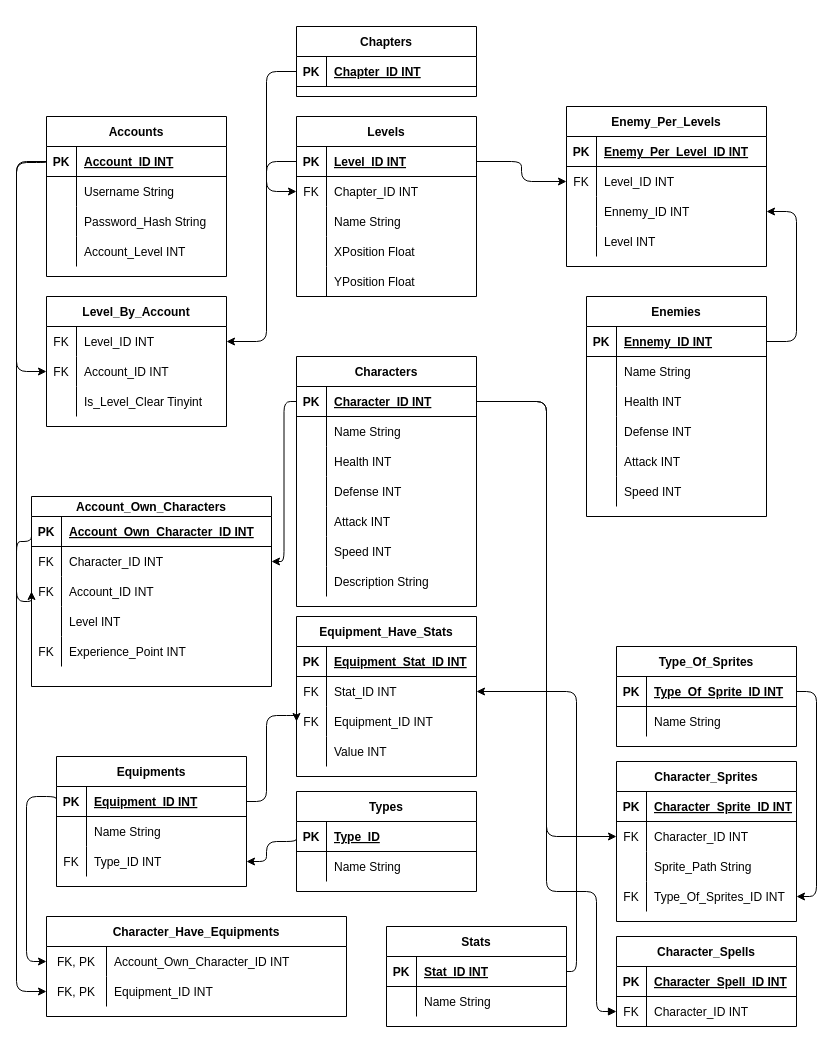
The draw.io diagram Documentation/MLD.drawio in Nomeos/Code-TimeRewind, before the edit. Source tidied: cells renumbered, new cells numbered last; positions are measured from the earlier drawing's top-left corner, leaving out a move shared by most shapes. Both pictures are drawn from the tidied source at 100%, with x=0, y=0 at pixel (16, 26).
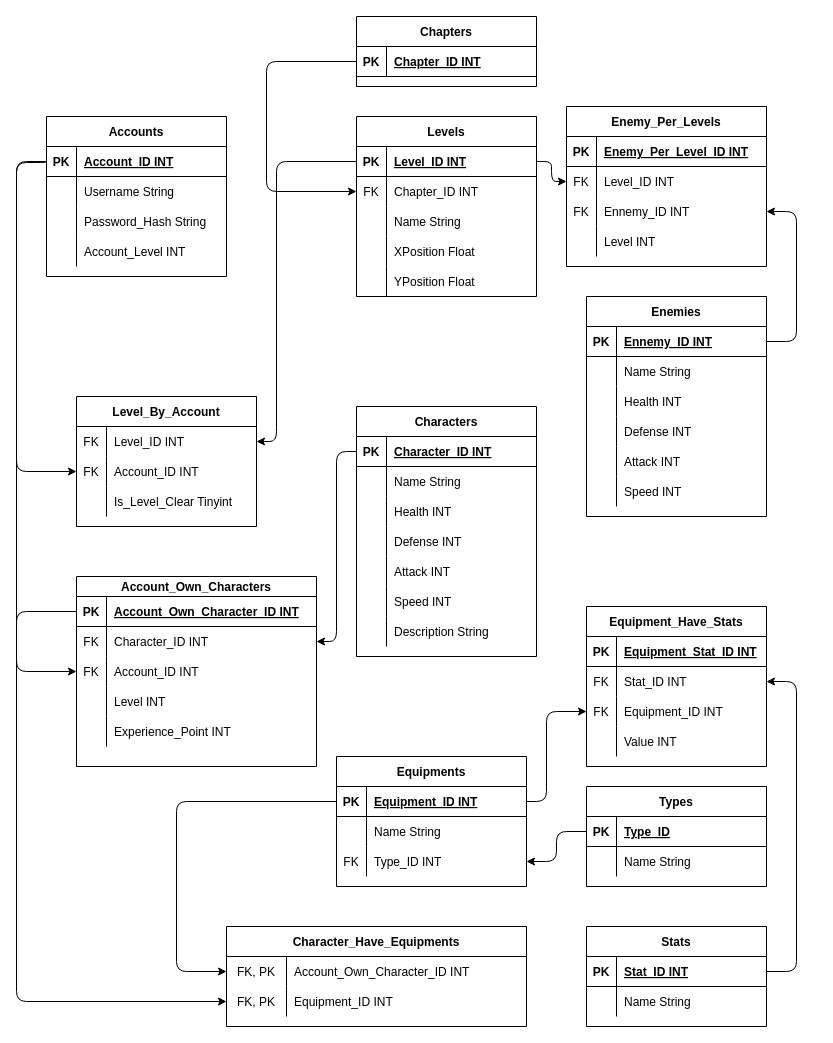
The same page after the edit.

The change refers to these unchanged cells:
```xml
<mxCell id="3" style="shape=partialRectangle;fillColor=none;top=0;left=0;bottom=1;right=0;points=[[0,0.5],[1,0.5]];portConstraint=eastwest;" parent="2" vertex="1">
  <mxGeometry y="30" width="180" height="30" as="geometry" />
</mxCell>
<mxCell id="16" style="shape=partialRectangle;fillColor=none;top=0;left=0;bottom=1;right=0;points=[[0,0.5],[1,0.5]];portConstraint=eastwest;" parent="15" vertex="1">
  <mxGeometry y="30" width="180" height="30" as="geometry" />
</mxCell>
<mxCell id="57" style="shape=partialRectangle;fillColor=none;top=0;left=0;bottom=1;right=0;points=[[0,0.5],[1,0.5]];portConstraint=eastwest;" parent="56" vertex="1">
  <mxGeometry y="30" width="190" height="30" as="geometry" />
</mxCell>
<mxCell id="63" style="shape=partialRectangle;fillColor=none;top=0;left=0;bottom=0;right=0;points=[[0,0.5],[1,0.5]];portConstraint=eastwest;" parent="56" vertex="1">
  <mxGeometry y="90" width="190" height="30" as="geometry" />
</mxCell>
<mxCell id="67" style="shape=partialRectangle;fillColor=none;top=0;left=0;bottom=1;right=0;points=[[0,0.5],[1,0.5]];portConstraint=eastwest;" parent="66" vertex="1">
  <mxGeometry y="30" width="180" height="30" as="geometry" />
</mxCell>
<mxCell id="77" style="shape=partialRectangle;fillColor=none;top=0;left=0;bottom=0;right=0;points=[[0,0.5],[1,0.5]];portConstraint=eastwest;" parent="73" vertex="1">
  <mxGeometry y="60" width="180" height="30" as="geometry" />
</mxCell>
<mxCell id="80" style="shape=partialRectangle;fillColor=none;top=0;left=0;bottom=0;right=0;points=[[0,0.5],[1,0.5]];portConstraint=eastwest;" parent="73" vertex="1">
  <mxGeometry y="90" width="180" height="30" as="geometry" />
</mxCell>
<mxCell id="89" style="shape=partialRectangle;fillColor=none;top=0;left=0;bottom=1;right=0;points=[[0,0.5],[1,0.5]];portConstraint=eastwest;" parent="88" vertex="1">
  <mxGeometry y="20" width="240" height="30" as="geometry" />
</mxCell>
<mxCell id="95" style="shape=partialRectangle;fillColor=none;top=0;left=0;bottom=0;right=0;points=[[0,0.5],[1,0.5]];portConstraint=eastwest;" parent="88" vertex="1">
  <mxGeometry y="80" width="240" height="30" as="geometry" />
</mxCell>
<mxCell id="101" style="shape=partialRectangle;fillColor=none;top=0;left=0;bottom=0;right=0;" parent="88" vertex="1">
  <mxGeometry y="140" width="240" height="30" as="geometry" />
</mxCell>
<mxCell id="107" style="shape=partialRectangle;fillColor=none;top=0;left=0;bottom=0;right=0;points=[[0,0.5],[1,0.5]];portConstraint=eastwest;" parent="106" vertex="1">
  <mxGeometry y="30" width="300" height="30" as="geometry" />
</mxCell>
<mxCell id="110" style="shape=partialRectangle;fillColor=none;top=0;left=0;bottom=0;right=0;points=[[0,0.5],[1,0.5]];portConstraint=eastwest;" parent="106" vertex="1">
  <mxGeometry y="60" width="300" height="30" as="geometry" />
</mxCell>
<mxCell id="114" style="shape=partialRectangle;fillColor=none;top=0;left=0;bottom=1;right=0;points=[[0,0.5],[1,0.5]];portConstraint=eastwest;" parent="113" vertex="1">
  <mxGeometry y="30" width="180" height="30" as="geometry" />
</mxCell>
<mxCell id="152" style="shape=partialRectangle;fillColor=none;top=0;left=0;bottom=1;right=0;points=[[0,0.5],[1,0.5]];portConstraint=eastwest;" parent="151" vertex="1">
  <mxGeometry y="30" width="180" height="30" as="geometry" />
</mxCell>
<mxCell id="155" style="shape=partialRectangle;fillColor=none;top=0;left=0;bottom=0;right=0;points=[[0,0.5],[1,0.5]];portConstraint=eastwest;" parent="151" vertex="1">
  <mxGeometry y="60" width="180" height="30" as="geometry" />
</mxCell>
<mxCell id="170" style="shape=partialRectangle;fillColor=none;top=0;left=0;bottom=0;right=0;points=[[0,0.5],[1,0.5]];portConstraint=eastwest;" parent="169" vertex="1">
  <mxGeometry y="30" width="180" height="30" as="geometry" />
</mxCell>
<mxCell id="173" style="shape=partialRectangle;fillColor=none;top=0;left=0;bottom=0;right=0;points=[[0,0.5],[1,0.5]];portConstraint=eastwest;" parent="169" vertex="1">
  <mxGeometry y="60" width="180" height="30" as="geometry" />
</mxCell>
<mxCell id="186" style="shape=partialRectangle;fillColor=none;top=0;left=0;bottom=0;right=0;points=[[0,0.5],[1,0.5]];portConstraint=eastwest;" parent="179" vertex="1">
  <mxGeometry y="90" width="200" height="30" as="geometry" />
</mxCell>
<mxCell id="197" style="shape=partialRectangle;fillColor=none;top=0;left=0;bottom=1;right=0;points=[[0,0.5],[1,0.5]];portConstraint=eastwest;" parent="196" vertex="1">
  <mxGeometry y="30" width="180" height="30" as="geometry" />
</mxCell>
```

What changed in the source:
```diff
@@
     <mxCell id="15" value="Characters" style="shape=table;startSize=30;childLayout=tableLayout;rowLines=0;fontStyle=1;align=center;" parent="1" vertex="1">
-      <mxGeometry x="280" y="330" width="180" height="250" as="geometry" />
+      <mxGeometry x="340" y="380" width="180" height="250" as="geometry" />
     </mxCell>
@@
     <mxCell id="56" value="Equipments" style="shape=table;startSize=30;childLayout=tableLayout;rowLines=0;fontStyle=1;align=center;" parent="1" vertex="1">
-      <mxGeometry x="40" y="730" width="190" height="130" as="geometry" />
+      <mxGeometry x="320" y="730" width="190" height="130" as="geometry" />
     </mxCell>
@@
     <mxCell id="66" value="Types" style="shape=table;startSize=30;childLayout=tableLayout;rowLines=0;fontStyle=1;align=center;" parent="1" vertex="1">
-      <mxGeometry x="280" y="765" width="180" height="100" as="geometry" />
+      <mxGeometry x="570" y="760" width="180" height="100" as="geometry" />
     </mxCell>
@@
     <mxCell id="73" value="Equipment_Have_Stats" style="shape=table;startSize=30;childLayout=tableLayout;rowLines=0;fontStyle=1;align=center;" parent="1" vertex="1">
-      <mxGeometry x="280" y="590" width="180" height="160" as="geometry" />
+      <mxGeometry x="570" y="580" width="180" height="160" as="geometry" />
     </mxCell>
@@
     <mxCell id="86" style="endArrow=classic;html=1;entryX=0;entryY=0.5;entryDx=0;entryDy=0;exitX=1;exitY=0.5;exitDx=0;exitDy=0;edgeStyle=orthogonalEdgeStyle;" parent="1" edge="1" source="57" target="80">
       <mxGeometry relative="1" as="geometry">
         <Array as="points">
-          <mxPoint x="250" y="775" />
-          <mxPoint x="250" y="689" />
-          <mxPoint x="280" y="689" />
+          <mxPoint x="530" y="775" />
+          <mxPoint x="530" y="685" />
         </Array>
       </mxGeometry>
     </mxCell>
     <mxCell id="87" style="endArrow=classic;html=1;exitX=0;exitY=0.5;exitDx=0;exitDy=0;entryX=1;entryY=0.5;entryDx=0;entryDy=0;edgeStyle=orthogonalEdgeStyle;" parent="1" edge="1" source="67" target="63">
       <mxGeometry relative="1" as="geometry">
         <Array as="points">
-          <mxPoint x="250" y="815" />
-          <mxPoint x="250" y="835" />
+          <mxPoint x="540" y="805" />
+          <mxPoint x="540" y="835" />
         </Array>
       </mxGeometry>
     </mxCell>
     <mxCell id="88" value="Account_Own_Characters" style="shape=table;startSize=20;childLayout=tableLayout;rowLines=0;fontStyle=1;align=center;" parent="1" vertex="1">
-      <mxGeometry x="15" y="470" width="240" height="190" as="geometry" />
+      <mxGeometry x="60" y="550" width="240" height="190" as="geometry" />
     </mxCell>
@@
-    <mxCell id="102" value="FK" style="shape=partialRectangle;fillColor=none;top=0;left=0;bottom=0;right=0;fontStyle=0;overflow=hidden;" parent="101" vertex="1">
+    <mxCell id="102" style="shape=partialRectangle;fillColor=none;top=0;left=0;bottom=0;right=0;fontStyle=0;overflow=hidden;" parent="101" vertex="1">
       <mxGeometry width="30" height="30" as="geometry" />
     </mxCell>
@@
     <mxCell id="105" style="endArrow=classic;html=1;entryX=0;entryY=0.5;entryDx=0;entryDy=0;exitX=0;exitY=0.5;exitDx=0;exitDy=0;edgeStyle=orthogonalEdgeStyle;" parent="1" edge="1" source="3" target="95">
       <mxGeometry relative="1" as="geometry">
         <Array as="points">
           <mxPoint y="135" />
-          <mxPoint y="575" />
+          <mxPoint y="645" />
         </Array>
       </mxGeometry>
     </mxCell>
     <mxCell id="106" value="Character_Have_Equipments" style="shape=table;startSize=30;childLayout=tableLayout;rowLines=0;fontStyle=1;align=center;" parent="1" vertex="1">
-      <mxGeometry x="30" y="890" width="300" height="100" as="geometry" />
+      <mxGeometry x="210" y="900" width="300" height="100" as="geometry" />
     </mxCell>
@@
     <mxCell id="113" value="Stats" style="shape=table;startSize=30;childLayout=tableLayout;rowLines=0;fontStyle=1;align=center;" parent="1" vertex="1">
-      <mxGeometry x="370" y="900" width="180" height="100" as="geometry" />
+      <mxGeometry x="570" y="900" width="180" height="100" as="geometry" />
     </mxCell>
@@
     <mxCell id="120" style="endArrow=classic;html=1;exitX=1;exitY=0.5;exitDx=0;exitDy=0;entryX=1;entryY=0.5;entryDx=0;entryDy=0;edgeStyle=orthogonalEdgeStyle;" parent="1" edge="1" source="114" target="77">
-      <mxGeometry relative="1" as="geometry" />
+      <mxGeometry relative="1" as="geometry">
+        <Array as="points">
+          <mxPoint x="780" y="945" />
+          <mxPoint x="780" y="655" />
+        </Array>
+      </mxGeometry>
     </mxCell>
     <mxCell id="121" style="endArrow=classic;html=1;entryX=0;entryY=0.5;entryDx=0;entryDy=0;exitX=0;exitY=0.5;exitDx=0;exitDy=0;edgeStyle=orthogonalEdgeStyle;" parent="1" edge="1" source="57" target="107">
       <mxGeometry relative="1" as="geometry">
         <Array as="points">
-          <mxPoint x="40" y="770" />
-          <mxPoint x="10" y="770" />
-          <mxPoint x="10" y="935" />
+          <mxPoint x="160" y="775" />
+          <mxPoint x="160" y="945" />
         </Array>
       </mxGeometry>
     </mxCell>
     <mxCell id="122" style="endArrow=classic;html=1;entryX=0;entryY=0.5;entryDx=0;entryDy=0;exitX=0;exitY=0.5;exitDx=0;exitDy=0;edgeStyle=orthogonalEdgeStyle;" parent="1" edge="1" source="89" target="110">
       <mxGeometry relative="1" as="geometry">
         <Array as="points">
-          <mxPoint y="515" />
-          <mxPoint y="965" />
+          <mxPoint y="585" />
+          <mxPoint y="975" />
         </Array>
       </mxGeometry>
     </mxCell>
-    <mxCell id="123" value="Character_Sprites" style="shape=table;startSize=30;childLayout=tableLayout;rowLines=0;fontStyle=1;align=center;" parent="1" vertex="1">
-      <mxGeometry x="600" y="735" width="180" height="160" as="geometry" />
-    </mxCell>
-    <mxCell id="124" style="shape=partialRectangle;fillColor=none;top=0;left=0;bottom=1;right=0;" parent="123" vertex="1">
-      <mxGeometry y="30" width="180" height="30" as="geometry" />
-    </mxCell>
-    <mxCell id="125" value="PK" style="shape=partialRectangle;fillColor=none;top=0;left=0;bottom=0;right=0;fontStyle=1;overflow=hidden;" parent="124" vertex="1">
-      <mxGeometry width="30" height="30" as="geometry" />
-    </mxCell>
-    <mxCell id="126" value="Character_Sprite_ID INT" style="shape=partialRectangle;fillColor=none;top=0;left=0;bottom=0;right=0;align=left;spacingLeft=6;fontStyle=5;overflow=hidden;" parent="124" vertex="1">
-      <mxGeometry x="30" width="150" height="30" as="geometry" />
-    </mxCell>
-    <mxCell id="127" style="shape=partialRectangle;fillColor=none;top=0;left=0;bottom=0;right=0;points=[[0,0.5],[1,0.5]];portConstraint=eastwest;" parent="123" vertex="1">
-      <mxGeometry y="60" width="180" height="30" as="geometry" />
-    </mxCell>
-    <mxCell id="128" value="FK" style="shape=partialRectangle;fillColor=none;top=0;left=0;bottom=0;right=0;overflow=hidden;" parent="127" vertex="1">
-      <mxGeometry width="30" height="30" as="geometry" />
-    </mxCell>
-    <mxCell id="129" value="Character_ID INT" style="shape=partialRectangle;fillColor=none;top=0;left=0;bottom=0;right=0;align=left;spacingLeft=6;overflow=hidden;" parent="127" vertex="1">
-      <mxGeometry x="30" width="150" height="30" as="geometry" />
-    </mxCell>
-    <mxCell id="130" style="shape=partialRectangle;fillColor=none;top=0;left=0;bottom=0;right=0;" parent="123" vertex="1">
-      <mxGeometry y="90" width="180" height="30" as="geometry" />
-    </mxCell>
-    <mxCell id="131" style="shape=partialRectangle;fillColor=none;top=0;left=0;bottom=0;right=0;overflow=hidden;" parent="130" vertex="1">
-      <mxGeometry width="30" height="30" as="geometry" />
-    </mxCell>
-    <mxCell id="132" value="Sprite_Path String" style="shape=partialRectangle;fillColor=none;top=0;left=0;bottom=0;right=0;align=left;spacingLeft=6;overflow=hidden;" parent="130" vertex="1">
-      <mxGeometry x="30" width="150" height="30" as="geometry" />
-    </mxCell>
-    <mxCell id="133" style="shape=partialRectangle;fillColor=none;top=0;left=0;bottom=0;right=0;points=[[0,0.5],[1,0.5]];portConstraint=eastwest;" parent="123" vertex="1">
-      <mxGeometry y="120" width="180" height="30" as="geometry" />
-    </mxCell>
-    <mxCell id="134" value="FK" style="shape=partialRectangle;fillColor=none;top=0;left=0;bottom=0;right=0;overflow=hidden;" parent="133" vertex="1">
-      <mxGeometry width="30" height="30" as="geometry" />
-    </mxCell>
-    <mxCell id="135" value="Type_Of_Sprites_ID INT" style="shape=partialRectangle;fillColor=none;top=0;left=0;bottom=0;right=0;align=left;spacingLeft=6;overflow=hidden;" parent="133" vertex="1">
-      <mxGeometry x="30" width="150" height="30" as="geometry" />
-    </mxCell>
-    <mxCell id="136" style="endArrow=classic;html=1;entryX=0;entryY=0.5;entryDx=0;entryDy=0;exitX=1;exitY=0.5;exitDx=0;exitDy=0;edgeStyle=orthogonalEdgeStyle;" parent="1" edge="1" source="16" target="127">
-      <mxGeometry relative="1" as="geometry" />
-    </mxCell>
-    <mxCell id="137" value="Type_Of_Sprites" style="shape=table;startSize=30;childLayout=tableLayout;rowLines=0;fontStyle=1;align=center;" parent="1" vertex="1">
-      <mxGeometry x="600" y="620" width="180" height="100" as="geometry" />
-    </mxCell>
-    <mxCell id="138" style="shape=partialRectangle;fillColor=none;top=0;left=0;bottom=1;right=0;points=[[0,0.5],[1,0.5]];portConstraint=eastwest;" parent="137" vertex="1">
-      <mxGeometry y="30" width="180" height="30" as="geometry" />
-    </mxCell>
-    <mxCell id="139" value="PK" style="shape=partialRectangle;fillColor=none;top=0;left=0;bottom=0;right=0;fontStyle=1;overflow=hidden;" parent="138" vertex="1">
-      <mxGeometry width="30" height="30" as="geometry" />
-    </mxCell>
-    <mxCell id="140" value="Type_Of_Sprite_ID INT" style="shape=partialRectangle;fillColor=none;top=0;left=0;bottom=0;right=0;align=left;spacingLeft=6;fontStyle=5;overflow=hidden;" parent="138" vertex="1">
-      <mxGeometry x="30" width="150" height="30" as="geometry" />
-    </mxCell>
-    <mxCell id="141" style="shape=partialRectangle;fillColor=none;top=0;left=0;bottom=0;right=0;" parent="137" vertex="1">
-      <mxGeometry y="60" width="180" height="30" as="geometry" />
-    </mxCell>
-    <mxCell id="142" style="shape=partialRectangle;fillColor=none;top=0;left=0;bottom=0;right=0;overflow=hidden;" parent="141" vertex="1">
-      <mxGeometry width="30" height="30" as="geometry" />
-    </mxCell>
-    <mxCell id="143" value="Name String" style="shape=partialRectangle;fillColor=none;top=0;left=0;bottom=0;right=0;align=left;spacingLeft=6;overflow=hidden;" parent="141" vertex="1">
-      <mxGeometry x="30" width="150" height="30" as="geometry" />
-    </mxCell>
-    <mxCell id="144" value="Character_Spells" style="shape=table;startSize=30;childLayout=tableLayout;rowLines=0;fontStyle=1;align=center;" parent="1" vertex="1">
-      <mxGeometry x="600" y="910" width="180" height="90" as="geometry" />
-    </mxCell>
-    <mxCell id="145" style="shape=partialRectangle;fillColor=none;top=0;left=0;bottom=1;right=0;" parent="144" vertex="1">
-      <mxGeometry y="30" width="180" height="30" as="geometry" />
-    </mxCell>
-    <mxCell id="146" value="PK" style="shape=partialRectangle;fillColor=none;top=0;left=0;bottom=0;right=0;fontStyle=1;overflow=hidden;" parent="145" vertex="1">
-      <mxGeometry width="30" height="30" as="geometry" />
-    </mxCell>
-    <mxCell id="147" value="Character_Spell_ID INT" style="shape=partialRectangle;fillColor=none;top=0;left=0;bottom=0;right=0;align=left;spacingLeft=6;fontStyle=5;overflow=hidden;" parent="145" vertex="1">
-      <mxGeometry x="30" width="150" height="30" as="geometry" />
-    </mxCell>
-    <mxCell id="148" style="shape=partialRectangle;fillColor=none;top=0;left=0;bottom=0;right=0;points=[[0,0.5],[1,0.5]];portConstraint=eastwest;" parent="144" vertex="1">
-      <mxGeometry y="60" width="180" height="30" as="geometry" />
-    </mxCell>
-    <mxCell id="149" value="FK" style="shape=partialRectangle;fillColor=none;top=0;left=0;bottom=0;right=0;overflow=hidden;" parent="148" vertex="1">
-      <mxGeometry width="30" height="30" as="geometry" />
-    </mxCell>
-    <mxCell id="150" value="Character_ID INT" style="shape=partialRectangle;fillColor=none;top=0;left=0;bottom=0;right=0;align=left;spacingLeft=6;overflow=hidden;" parent="148" vertex="1">
-      <mxGeometry x="30" width="150" height="30" as="geometry" />
-    </mxCell>
     <mxCell id="151" value="Levels" style="shape=table;startSize=30;childLayout=tableLayout;rowLines=0;fontStyle=1;align=center;" parent="1" vertex="1">
-      <mxGeometry x="280" y="90" width="180" height="180" as="geometry" />
+      <mxGeometry x="340" y="90" width="180" height="180" as="geometry" />
     </mxCell>
@@
-    <mxCell id="167" style="edgeStyle=orthogonalEdgeStyle;fontSize=12;html=1;endArrow=block;endFill=1;exitX=1;exitY=0.5;exitDx=0;exitDy=0;entryX=0;entryY=0.5;entryDx=0;entryDy=0;" parent="1" edge="1" source="16" target="148">
-      <mxGeometry relative="1" as="geometry">
-        <Array as="points">
-          <mxPoint x="530" y="375" />
-          <mxPoint x="530" y="865" />
-          <mxPoint x="580" y="865" />
-          <mxPoint x="580" y="985" />
-        </Array>
-      </mxGeometry>
-    </mxCell>
-    <mxCell id="168" style="edgeStyle=orthogonalEdgeStyle;fontSize=12;html=1;endArrow=classic;endFill=1;exitX=1;exitY=0.5;exitDx=0;exitDy=0;entryX=1;entryY=0.5;entryDx=0;entryDy=0;" parent="1" edge="1" source="138" target="133">
-      <mxGeometry relative="1" as="geometry">
-        <Array as="points">
-          <mxPoint x="800" y="665" />
-          <mxPoint x="800" y="870" />
-        </Array>
-      </mxGeometry>
-    </mxCell>
     <mxCell id="169" value="Level_By_Account" style="shape=table;startSize=30;childLayout=tableLayout;rowLines=0;fontStyle=1;align=center;" parent="1" vertex="1">
-      <mxGeometry x="30" y="270" width="180" height="130" as="geometry" />
+      <mxGeometry x="60" y="370" width="180" height="130" as="geometry" />
     </mxCell>
@@
-    <mxCell id="187" style="shape=partialRectangle;fillColor=none;top=0;left=0;bottom=0;right=0;overflow=hidden;" parent="186" vertex="1">
+    <mxCell id="187" value="FK" style="shape=partialRectangle;fillColor=none;top=0;left=0;bottom=0;right=0;overflow=hidden;" parent="186" vertex="1">
       <mxGeometry width="30" height="30" as="geometry" />
     </mxCell>
@@
     <mxCell id="192" style="fontSize=12;html=1;endArrow=none;endFill=0;entryX=0;entryY=0.5;entryDx=0;entryDy=0;exitX=1;exitY=0.5;exitDx=0;exitDy=0;startArrow=classic;startFill=1;edgeStyle=orthogonalEdgeStyle;" parent="1" edge="1" source="170" target="152">
       <mxGeometry relative="1" as="geometry">
         <Array as="points">
-          <mxPoint x="250" y="315" />
-          <mxPoint x="250" y="135" />
+          <mxPoint x="260" y="415" />
+          <mxPoint x="260" y="135" />
         </Array>
       </mxGeometry>
     </mxCell>
     <mxCell id="193" style="edgeStyle=orthogonalEdgeStyle;fontSize=12;html=1;endArrow=classic;endFill=1;entryX=0;entryY=0.5;entryDx=0;entryDy=0;exitX=0;exitY=0.5;exitDx=0;exitDy=0;" parent="1" edge="1" source="3" target="173">
       <mxGeometry relative="1" as="geometry">
         <Array as="points">
-          <mxPoint x="30" y="136" />
           <mxPoint y="136" />
-          <mxPoint y="345" />
+          <mxPoint y="445" />
         </Array>
       </mxGeometry>
     </mxCell>
@@
     <mxCell id="196" value="Chapters" style="shape=table;startSize=30;childLayout=tableLayout;rowLines=0;fontStyle=1;align=center;" parent="1" vertex="1">
-      <mxGeometry x="280" width="180" height="70" as="geometry" />
+      <mxGeometry x="340" y="-10" width="180" height="70" as="geometry" />
     </mxCell>
@@
     <mxCell id="200" style="edgeStyle=orthogonalEdgeStyle;fontSize=12;html=1;endArrow=none;endFill=0;entryX=0;entryY=0.5;entryDx=0;entryDy=0;exitX=0;exitY=0.5;exitDx=0;exitDy=0;startArrow=classic;startFill=1;" parent="1" edge="1" source="155" target="197">
       <mxGeometry relative="1" as="geometry">
         <Array as="points">
           <mxPoint x="250" y="165" />
-          <mxPoint x="250" y="45" />
+          <mxPoint x="250" y="35" />
         </Array>
       </mxGeometry>
     </mxCell>
```
